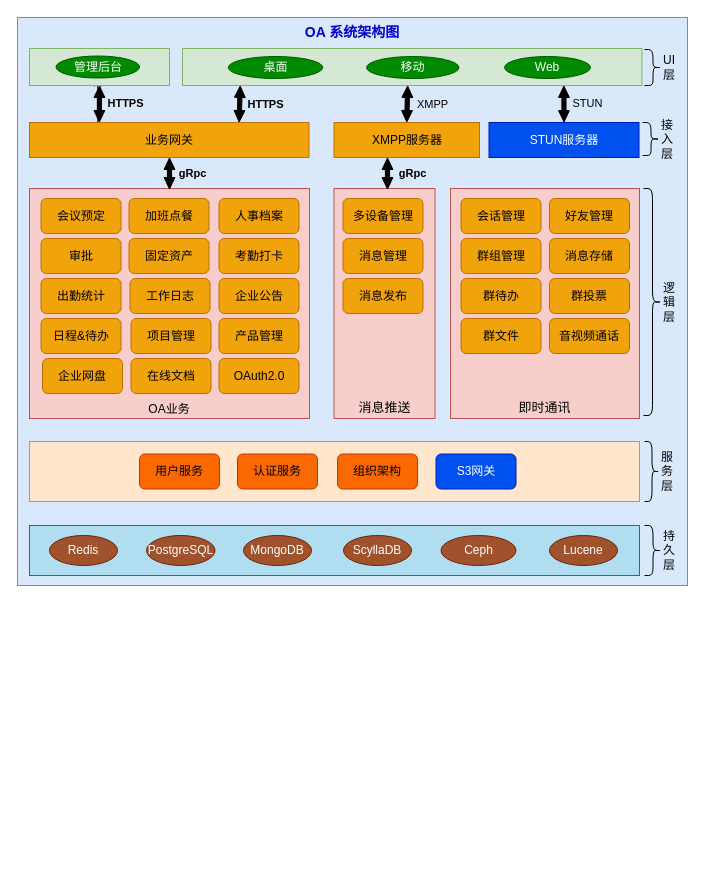
Before: page "OA架构图" (3 of 4) of StreamOA架构设计.drawio in zebra-min/my-design, a draw.io diagram. Source tidied: cells renumbered, new cells numbered last; positions are measured from the earlier drawing's top-left corner, leaving out a move shared by most shapes. Both pictures are drawn from the tidied source at 100%, with x=0, y=0 at pixel (17, 17).
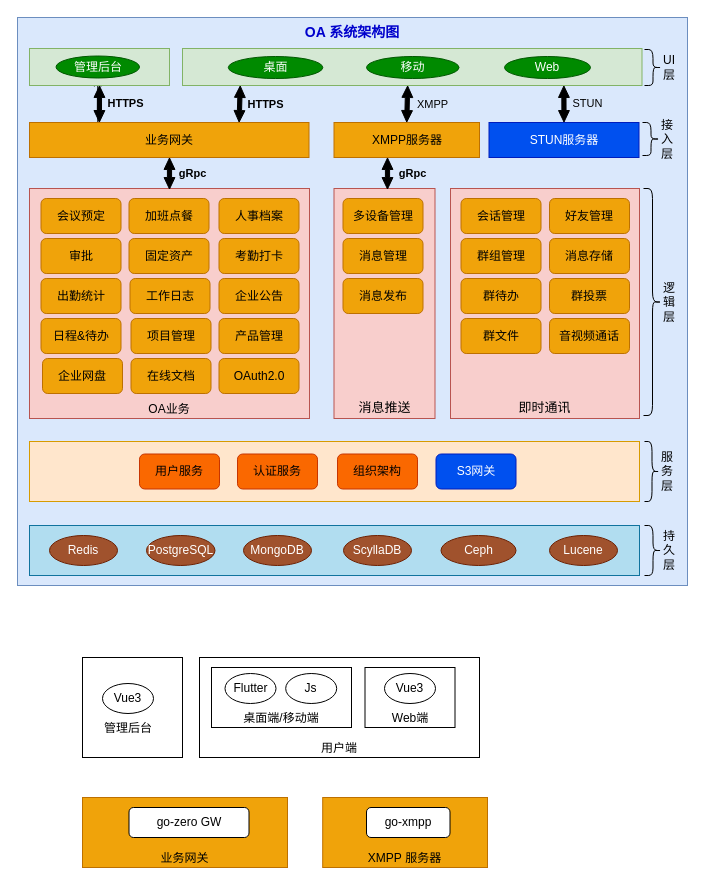
The same diagram, later.

Commit message:
更新StreamOA架构设计.drawio

Change to the diagram source:
```diff
@@
+    <mxCell id="71" value="用户端" style="rounded=0;whiteSpace=wrap;html=1;verticalAlign=bottom;" parent="1" vertex="1">
+      <mxGeometry x="182" y="640" width="280" height="100" as="geometry" />
+    </mxCell>
@@
+    <mxCell id="72" style="rounded=0;whiteSpace=wrap;html=1;verticalAlign=bottom;" parent="1" vertex="1">
+      <mxGeometry x="65" y="640" width="100" height="100" as="geometry" />
+    </mxCell>
+    <mxCell id="73" value="Vue3" style="ellipse;whiteSpace=wrap;html=1;" parent="1" vertex="1">
+      <mxGeometry x="85" y="666" width="51" height="30" as="geometry" />
+    </mxCell>
+    <mxCell id="74" value="桌面端/移动端" style="rounded=0;whiteSpace=wrap;html=1;verticalAlign=bottom;" parent="1" vertex="1">
+      <mxGeometry x="194" y="650" width="140" height="60" as="geometry" />
+    </mxCell>
+    <mxCell id="75" value="Flutter" style="ellipse;whiteSpace=wrap;html=1;" parent="1" vertex="1">
+      <mxGeometry x="207.5" y="656" width="51" height="30" as="geometry" />
+    </mxCell>
+    <mxCell id="76" value="Js" style="ellipse;whiteSpace=wrap;html=1;" parent="1" vertex="1">
+      <mxGeometry x="268.2" y="656" width="51" height="30" as="geometry" />
+    </mxCell>
+    <mxCell id="77" value="Web端" style="rounded=0;whiteSpace=wrap;html=1;verticalAlign=bottom;" parent="1" vertex="1">
+      <mxGeometry x="347.5" y="650" width="90" height="60" as="geometry" />
+    </mxCell>
+    <mxCell id="78" value="Vue3" style="ellipse;whiteSpace=wrap;html=1;" parent="1" vertex="1">
+      <mxGeometry x="367" y="656" width="51" height="30" as="geometry" />
+    </mxCell>
+    <mxCell id="79" value="管理后台" style="text;html=1;align=center;verticalAlign=middle;whiteSpace=wrap;rounded=0;" parent="1" vertex="1">
+      <mxGeometry x="80.5" y="696" width="60" height="30" as="geometry" />
+    </mxCell>
+    <mxCell id="80" value="业务网关" style="rounded=0;whiteSpace=wrap;html=1;fillColor=#f0a30a;strokeColor=#BD7000;fontColor=#000000;verticalAlign=bottom;" parent="1" vertex="1">
+      <mxGeometry x="65" y="780" width="205" height="70" as="geometry" />
+    </mxCell>
+    <mxCell id="81" value="go-zero GW" style="rounded=1;whiteSpace=wrap;html=1;" parent="1" vertex="1">
+      <mxGeometry x="111.5" y="790" width="120" height="30" as="geometry" />
+    </mxCell>
+    <mxCell id="82" value="XMPP&amp;nbsp;服务器" style="rounded=0;whiteSpace=wrap;html=1;fillColor=#f0a30a;strokeColor=#BD7000;fontColor=#000000;verticalAlign=bottom;" parent="1" vertex="1">
+      <mxGeometry x="305.2" y="780" width="164.8" height="70" as="geometry" />
+    </mxCell>
+    <mxCell id="83" value="go-xmpp" style="rounded=1;whiteSpace=wrap;html=1;" parent="1" vertex="1">
+      <mxGeometry x="349" y="790" width="83.5" height="30" as="geometry" />
+    </mxCell>
```
